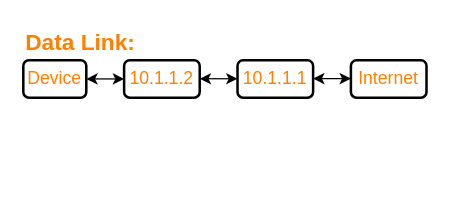
The draw.io diagram page "Page-2" (2 of 2) of network_home.drawio in zincnode/drawio_file, before the edit. Source tidied: cells renumbered, new cells numbered last; positions are measured from the earlier drawing's top-left corner, leaving out a move shared by most shapes. Both pictures are drawn from the tidied source at 126%, with x=0, y=0 at pixel (23, 21).
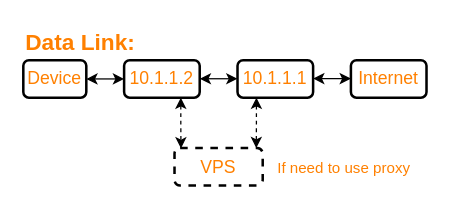
Above is the later version.

The edit, as a diff of the source:
```diff
@@
 <mxGraphModel>
   <root>
     <mxCell id="0" />
     <mxCell id="1" parent="0" />
     <mxCell id="2" value="&lt;b&gt;&lt;font style=&quot;font-size: 18px&quot;&gt;Data Link:&lt;/font&gt;&lt;/b&gt;" style="text;whiteSpace=wrap;html=1;fontSize=14;fontColor=#FF8000;" parent="1" vertex="1">
       <mxGeometry width="130" height="30" as="geometry" />
     </mxCell>
     <mxCell id="3" value="Device" style="rounded=1;whiteSpace=wrap;html=1;fontSize=14;fontColor=#FF8000;strokeWidth=2;" parent="1" vertex="1">
       <mxGeometry y="30.3" width="50" height="29.7" as="geometry" />
     </mxCell>
+    <mxCell id="10" style="edgeStyle=orthogonalEdgeStyle;rounded=0;jettySize=auto;html=1;exitX=0.75;exitY=1;exitDx=0;exitDy=0;entryX=0.073;entryY=0.011;entryDx=0;entryDy=0;entryPerimeter=0;dashed=1;startArrow=classic;startFill=1;" parent="1" edge="1" source="4" target="12">
+      <mxGeometry relative="1" as="geometry" />
+    </mxCell>
     <mxCell id="4" value="10.1.1.2" style="rounded=1;whiteSpace=wrap;html=1;fontSize=14;fontColor=#FF8000;strokeWidth=2;" parent="1" vertex="1">
       <mxGeometry x="80" y="30.3" width="60" height="29.7" as="geometry" />
     </mxCell>
+    <mxCell id="11" style="edgeStyle=orthogonalEdgeStyle;rounded=0;jettySize=auto;html=1;exitX=0.25;exitY=1;exitDx=0;exitDy=0;entryX=0.927;entryY=0;entryDx=0;entryDy=0;entryPerimeter=0;dashed=1;startArrow=classic;startFill=1;" parent="1" edge="1" source="5" target="12">
+      <mxGeometry relative="1" as="geometry" />
+    </mxCell>
     <mxCell id="5" value="10.1.1.1" style="rounded=1;whiteSpace=wrap;html=1;fontSize=14;fontColor=#FF8000;strokeWidth=2;" parent="1" vertex="1">
       <mxGeometry x="170" y="30.3" width="60" height="29.7" as="geometry" />
     </mxCell>
     <mxCell id="6" style="endArrow=classic;startArrow=classic;html=1;rounded=0;fontSize=14;fontColor=#FF8000;exitX=1;exitY=0.5;exitDx=0;exitDy=0;entryX=0;entryY=0.5;entryDx=0;entryDy=0;" parent="1" edge="1" source="3" target="4">
       <mxGeometry relative="1" as="geometry" />
     </mxCell>
     <mxCell id="7" style="endArrow=classic;startArrow=classic;html=1;rounded=0;fontSize=14;fontColor=#FF8000;exitX=1;exitY=0.5;exitDx=0;exitDy=0;entryX=0;entryY=0.5;entryDx=0;entryDy=0;" parent="1" edge="1">
       <mxGeometry relative="1" as="geometry">
         <mxPoint x="140" y="45" as="sourcePoint" />
         <mxPoint x="170" y="45" as="targetPoint" />
       </mxGeometry>
     </mxCell>
     <mxCell id="8" value="Internet" style="rounded=1;whiteSpace=wrap;html=1;fontSize=14;fontColor=#FF8000;strokeWidth=2;" parent="1" vertex="1">
       <mxGeometry x="260" y="30.3" width="60" height="29.7" as="geometry" />
     </mxCell>
     <mxCell id="9" style="endArrow=classic;startArrow=classic;html=1;rounded=0;fontSize=14;fontColor=#FF8000;exitX=1;exitY=0.5;exitDx=0;exitDy=0;entryX=0;entryY=0.5;entryDx=0;entryDy=0;" parent="1" edge="1">
       <mxGeometry relative="1" as="geometry">
         <mxPoint x="230" y="44.9" as="sourcePoint" />
         <mxPoint x="260" y="44.9" as="targetPoint" />
       </mxGeometry>
     </mxCell>
+    <mxCell id="12" value="VPS" style="rounded=1;whiteSpace=wrap;html=1;fontSize=14;fontColor=#FF8000;strokeWidth=2;dashed=1;" parent="1" vertex="1">
+      <mxGeometry x="120" y="100" width="70" height="29.7" as="geometry" />
+    </mxCell>
+    <mxCell id="13" value="&lt;font style=&quot;font-size: 12px&quot;&gt;If need to use proxy&lt;/font&gt;" style="text;whiteSpace=wrap;html=1;fontSize=14;fontColor=#FF8000;" parent="1" vertex="1">
+      <mxGeometry x="200" y="99.8" width="110" height="30" as="geometry" />
+    </mxCell>
   </root>
 </mxGraphModel>
```
